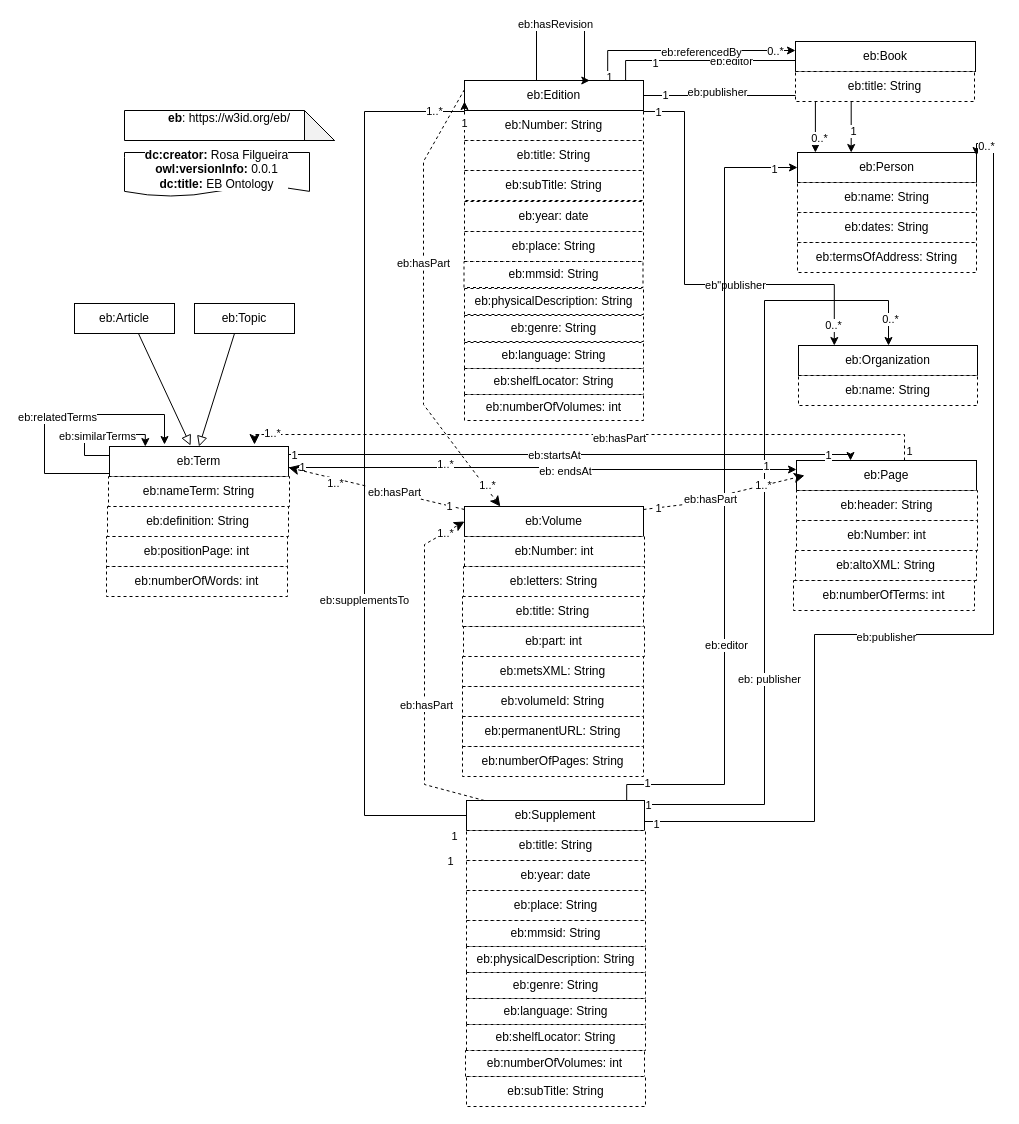
This is eb.drawio from francesNLP/EB-ontology, a draw.io file, before an edit. Source tidied: cells renumbered, new cells numbered last; positions are measured from the earlier drawing's top-left corner, leaving out a move shared by most shapes. Both pictures are drawn from the tidied source at 100%, with x=0, y=0 at pixel (44, 24).
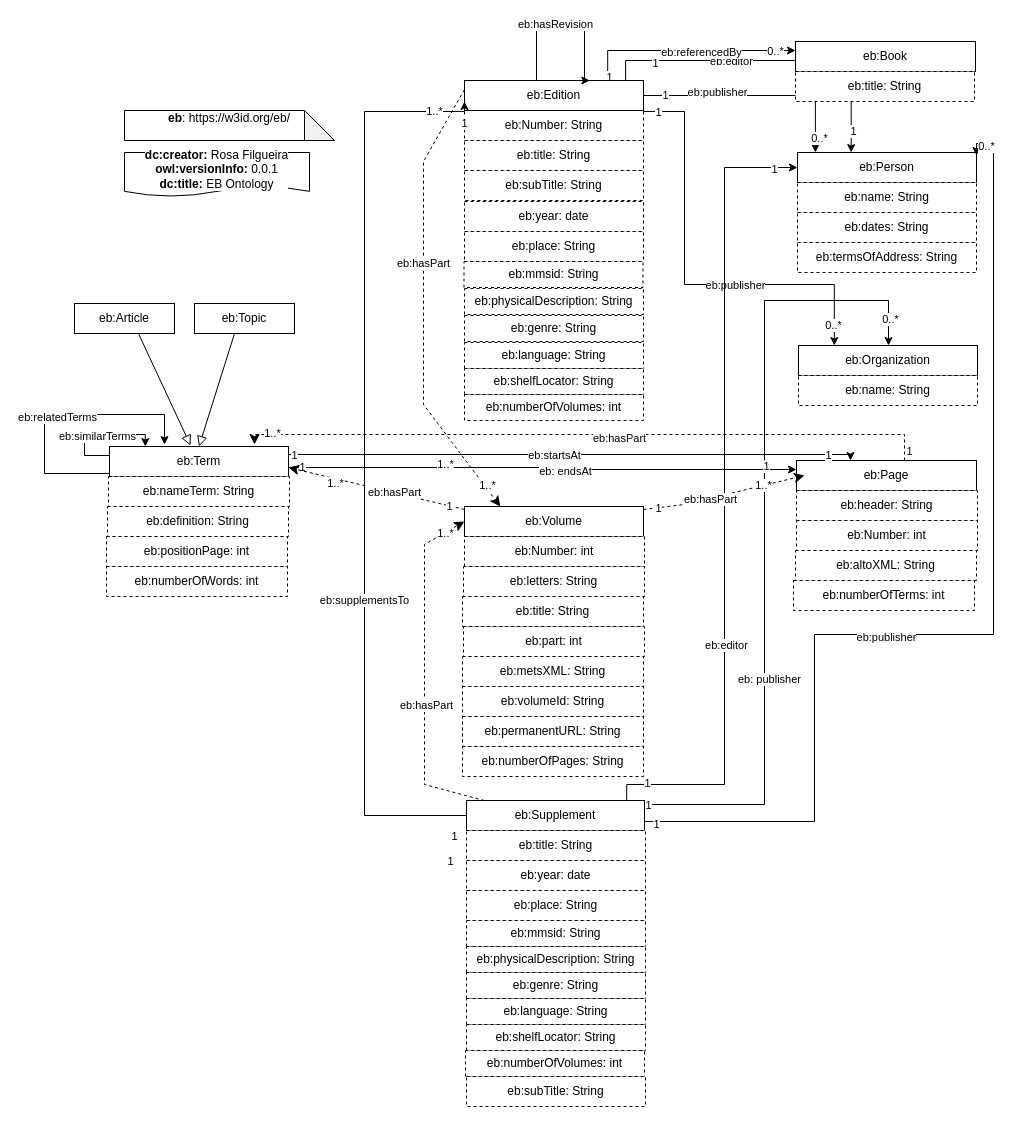
After the change.

Unchanged cells that the change refers to:
```xml
<mxCell id="16" style="edgeStyle=orthogonalEdgeStyle;rounded=0;jettySize=auto;html=1;exitX=1;exitY=0.7;exitDx=0;exitDy=0;entryX=0.2;entryY=0;entryDx=0;entryDy=0;" parent="1" edge="1" source="20" target="33">
  <mxGeometry relative="1" as="geometry">
    <Array as="points">
      <mxPoint x="640" y="87" />
      <mxPoint x="640" y="260" />
      <mxPoint x="790" y="260" />
    </Array>
  </mxGeometry>
</mxCell>
```

The edit, as a diff of the source:
```diff
@@
-    <mxCell id="17" value="eb&quot;publisher" style="edgeLabel;html=1;align=center;verticalAlign=middle;" parent="16" vertex="1">
+    <mxCell id="17" value="eb:publisher" style="edgeLabel;html=1;align=center;verticalAlign=middle;" parent="16" vertex="1">
       <mxGeometry x="0.26" relative="1" as="geometry" />
     </mxCell>
```
